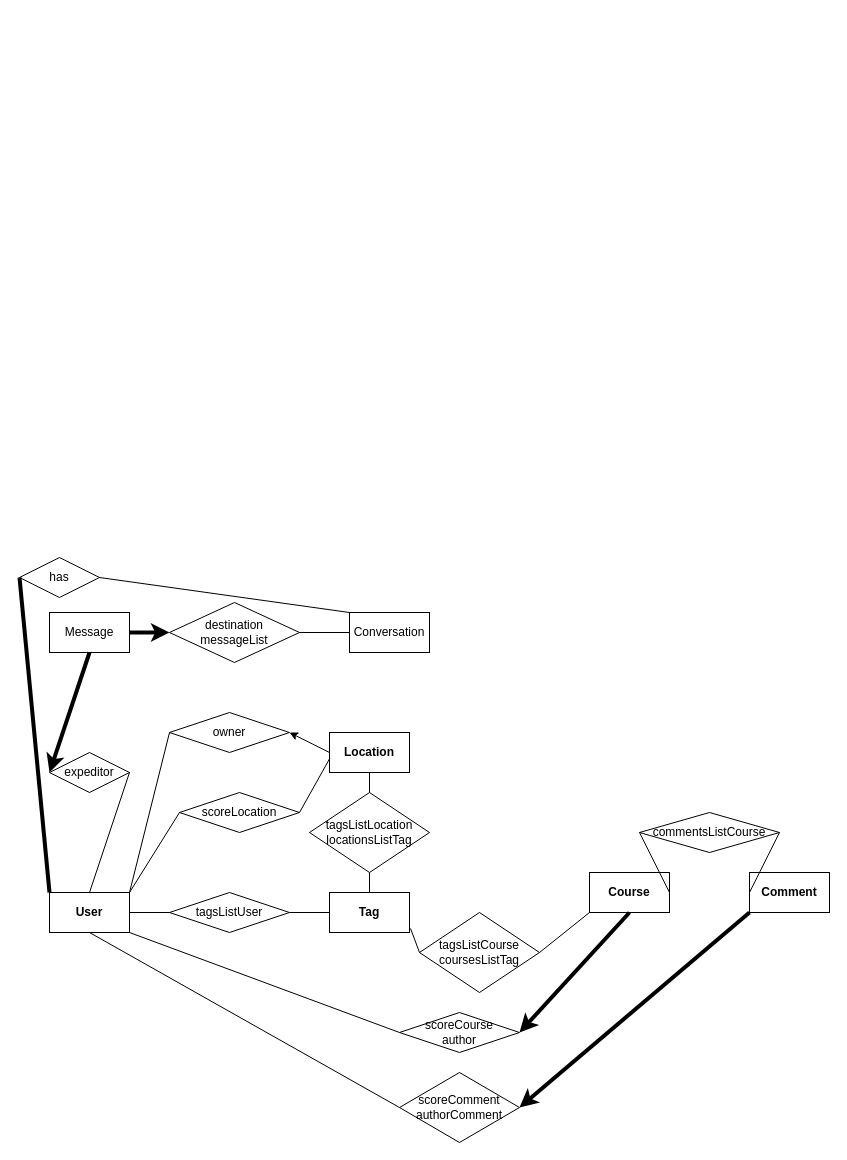
To-kano/Strollin keeps this draw.io diagram as Strollin_server/Strollin diagram.drawio. Above is the earlier version. Source tidied: cells renumbered, new cells numbered last; positions are measured from the earlier drawing's top-left corner, leaving out a move shared by most shapes. Both pictures are drawn from the tidied source at 100%, with x=0, y=0 at pixel (19, 557).
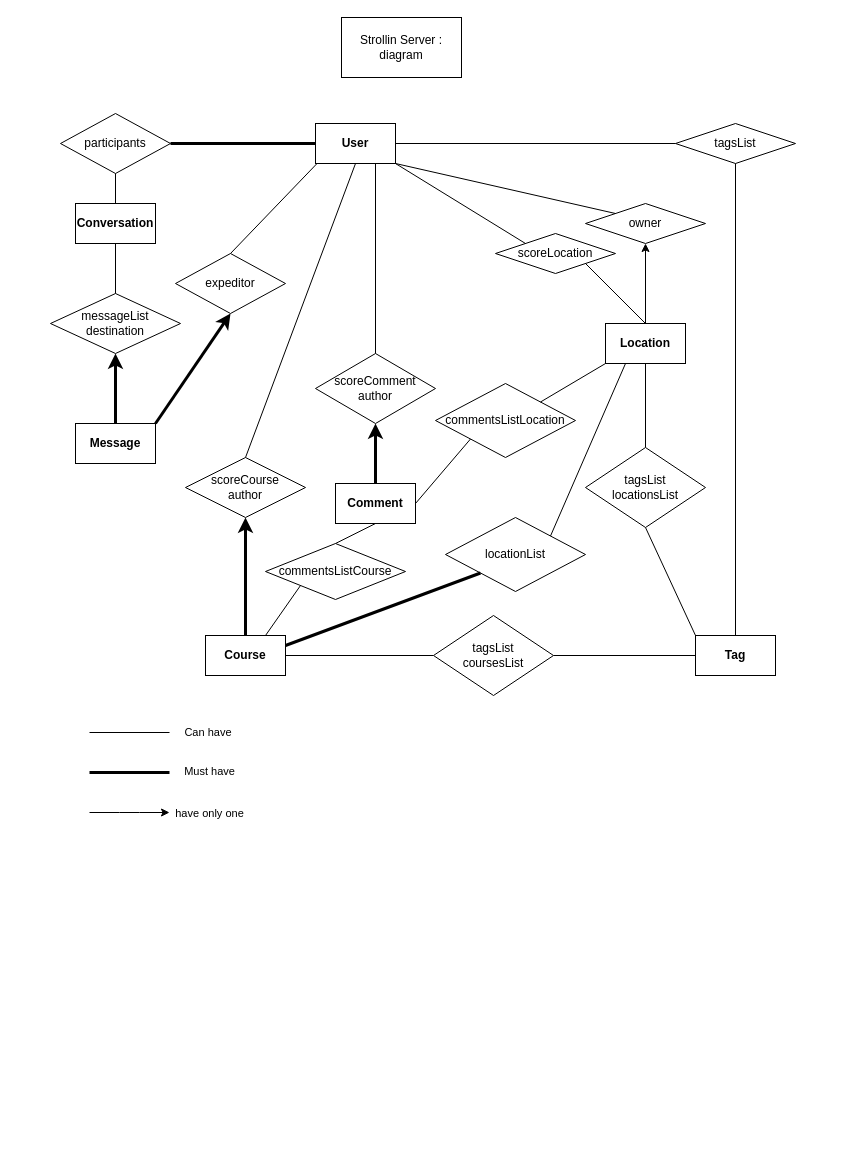
Above is the later version.

The edit, as a diff of the source:
```diff
@@
-    <mxCell id="2" value="Conversation" style="rounded=0;whiteSpace=wrap;html=1;" parent="1" vertex="1">
-      <mxGeometry x="330" y="55" width="80" height="40" as="geometry" />
+    <mxCell id="2" value="Conversation" style="rounded=0;whiteSpace=wrap;html=1;fontStyle=1;" parent="1" vertex="1">
+      <mxGeometry x="56" y="-354" width="80" height="40" as="geometry" />
     </mxCell>
     <mxCell id="3" value="Course" style="rounded=0;whiteSpace=wrap;html=1;fontStyle=1;" parent="1" vertex="1">
-      <mxGeometry x="570" y="315" width="80" height="40" as="geometry" />
+      <mxGeometry x="186" y="78" width="80" height="40" as="geometry" />
     </mxCell>
     <mxCell id="4" value="Comment" style="rounded=0;whiteSpace=wrap;html=1;fontStyle=1;" parent="1" vertex="1">
-      <mxGeometry x="730" y="315" width="80" height="40" as="geometry" />
+      <mxGeometry x="316" y="-74" width="80" height="40" as="geometry" />
     </mxCell>
     <mxCell id="5" value="Tag" style="rounded=0;whiteSpace=wrap;html=1;fontStyle=1;" parent="1" vertex="1">
-      <mxGeometry x="310" y="335" width="80" height="40" as="geometry" />
+      <mxGeometry x="676" y="78" width="80" height="40" as="geometry" />
     </mxCell>
-    <mxCell id="6" value="tagsListUser" style="rhombus;whiteSpace=wrap;html=1;" parent="1" vertex="1">
-      <mxGeometry x="150" y="335" width="120" height="40" as="geometry" />
+    <mxCell id="6" value="tagsList" style="rhombus;whiteSpace=wrap;html=1;" parent="1" vertex="1">
+      <mxGeometry x="656" y="-434" width="120" height="40" as="geometry" />
     </mxCell>
-    <mxCell id="7" style="endArrow=none;html=1;exitX=1;exitY=0.5;exitDx=0;exitDy=0;entryX=0;entryY=0.5;entryDx=0;entryDy=0;" parent="1" edge="1" source="6" target="5">
+    <mxCell id="7" style="endArrow=none;html=1;exitX=0.5;exitY=1;exitDx=0;exitDy=0;entryX=0.5;entryY=0;entryDx=0;entryDy=0;" parent="1" edge="1" source="6" target="5">
       <mxGeometry relative="1" as="geometry" />
     </mxCell>
@@
-    <mxCell id="9" value="Message" style="rounded=0;whiteSpace=wrap;html=1;" parent="1" vertex="1">
-      <mxGeometry x="30" y="55" width="80" height="40" as="geometry" />
+    <mxCell id="9" value="Message" style="rounded=0;whiteSpace=wrap;html=1;fontStyle=1;" parent="1" vertex="1">
+      <mxGeometry x="56" y="-134" width="80" height="40" as="geometry" />
     </mxCell>
     <mxCell id="10" value="scoreCourse&lt;br&gt;author" style="rhombus;whiteSpace=wrap;html=1;" parent="1" vertex="1">
-      <mxGeometry x="380" y="455" width="120" height="40" as="geometry" />
+      <mxGeometry x="166" y="-100" width="120" height="60" as="geometry" />
     </mxCell>
-    <mxCell id="11" style="endArrow=none;html=1;exitX=1;exitY=1;exitDx=0;exitDy=0;entryX=0;entryY=0.5;entryDx=0;entryDy=0;" parent="1" edge="1" source="28" target="10">
+    <mxCell id="11" style="endArrow=none;html=1;exitX=0.5;exitY=1;exitDx=0;exitDy=0;entryX=0.5;entryY=0;entryDx=0;entryDy=0;" parent="1" edge="1" source="28" target="10">
       <mxGeometry relative="1" as="geometry" />
     </mxCell>
-    <mxCell id="12" value="scoreComment&lt;br&gt;authorComment" style="rhombus;whiteSpace=wrap;html=1;" parent="1" vertex="1">
-      <mxGeometry x="380" y="515" width="120" height="70" as="geometry" />
+    <mxCell id="12" value="scoreComment&lt;br&gt;author" style="rhombus;whiteSpace=wrap;html=1;" parent="1" vertex="1">
+      <mxGeometry x="296" y="-204" width="120" height="70" as="geometry" />
     </mxCell>
-    <mxCell id="13" style="endArrow=none;html=1;exitX=0.5;exitY=1;exitDx=0;exitDy=0;entryX=0;entryY=0.5;entryDx=0;entryDy=0;" parent="1" edge="1" source="28" target="12">
+    <mxCell id="13" style="endArrow=none;html=1;exitX=0.75;exitY=1;exitDx=0;exitDy=0;entryX=0.5;entryY=0;entryDx=0;entryDy=0;" parent="1" edge="1" source="28" target="12">
       <mxGeometry relative="1" as="geometry" />
     </mxCell>
     <mxCell id="14" value="expeditor" style="rhombus;whiteSpace=wrap;html=1;" parent="1" vertex="1">
-      <mxGeometry x="30" y="195" width="80" height="40" as="geometry" />
+      <mxGeometry x="156" y="-304" width="110" height="60" as="geometry" />
     </mxCell>
-    <mxCell id="15" style="endArrow=none;html=1;exitX=1;exitY=0.5;exitDx=0;exitDy=0;entryX=0.5;entryY=0;entryDx=0;entryDy=0;" parent="1" edge="1" source="14" target="28">
+    <mxCell id="15" style="endArrow=none;html=1;exitX=0.5;exitY=0;exitDx=0;exitDy=0;entryX=0.5;entryY=0;entryDx=0;entryDy=0;" parent="1" edge="1" source="14" target="28">
       <mxGeometry relative="1" as="geometry" />
     </mxCell>
-    <mxCell id="16" style="endArrow=classic;html=1;exitX=0.5;exitY=1;exitDx=0;exitDy=0;entryX=0;entryY=0.5;entryDx=0;entryDy=0;endFill=1;fillColor=#000000;strokeWidth=4;" parent="1" edge="1" source="9" target="14">
+    <mxCell id="16" style="endArrow=classic;html=1;exitX=1;exitY=0;exitDx=0;exitDy=0;entryX=0.5;entryY=1;entryDx=0;entryDy=0;endFill=1;fillColor=#000000;strokeWidth=3;" parent="1" edge="1" source="9" target="14">
       <mxGeometry relative="1" as="geometry" />
     </mxCell>
-    <mxCell id="17" value="destination&lt;br&gt;messageList" style="rhombus;whiteSpace=wrap;html=1;" parent="1" vertex="1">
-      <mxGeometry x="150" y="45" width="130" height="60" as="geometry" />
+    <mxCell id="17" value="messageList&lt;br&gt;destination" style="rhombus;whiteSpace=wrap;html=1;" parent="1" vertex="1">
+      <mxGeometry x="31" y="-264" width="130" height="60" as="geometry" />
     </mxCell>
-    <mxCell id="18" style="endArrow=none;html=1;exitX=1;exitY=0.5;exitDx=0;exitDy=0;entryX=0;entryY=0.5;entryDx=0;entryDy=0;" parent="1" edge="1" source="17" target="2">
+    <mxCell id="18" style="endArrow=none;html=1;exitX=0.5;exitY=0;exitDx=0;exitDy=0;entryX=0.5;entryY=1;entryDx=0;entryDy=0;" parent="1" edge="1" source="17" target="2">
       <mxGeometry relative="1" as="geometry" />
     </mxCell>
-    <mxCell id="19" style="endArrow=classic;html=1;exitX=1;exitY=0.5;exitDx=0;exitDy=0;entryX=0;entryY=0.5;entryDx=0;entryDy=0;endFill=1;fillColor=#000000;strokeWidth=4;" parent="1" edge="1" source="9" target="17">
+    <mxCell id="19" style="endArrow=classic;html=1;exitX=0.5;exitY=0;exitDx=0;exitDy=0;entryX=0.5;entryY=1;entryDx=0;entryDy=0;endFill=1;fillColor=#000000;strokeWidth=3;" parent="1" edge="1" source="9" target="17">
       <mxGeometry relative="1" as="geometry" />
     </mxCell>
-    <mxCell id="20" value="has" style="rhombus;whiteSpace=wrap;html=1;" parent="1" vertex="1">
-      <mxGeometry width="80" height="40" as="geometry" />
+    <mxCell id="20" value="participants" style="rhombus;whiteSpace=wrap;html=1;" parent="1" vertex="1">
+      <mxGeometry x="41" y="-444" width="110" height="60" as="geometry" />
     </mxCell>
-    <mxCell id="21" style="endArrow=none;html=1;exitX=1;exitY=0.5;exitDx=0;exitDy=0;entryX=0;entryY=0;entryDx=0;entryDy=0;" parent="1" edge="1" source="20" target="2">
+    <mxCell id="21" style="endArrow=none;html=1;exitX=0.5;exitY=1;exitDx=0;exitDy=0;entryX=0.5;entryY=0;entryDx=0;entryDy=0;" parent="1" edge="1" source="20" target="2">
       <mxGeometry relative="1" as="geometry" />
     </mxCell>
-    <mxCell id="22" style="endArrow=none;html=1;exitX=0;exitY=0;exitDx=0;exitDy=0;entryX=0;entryY=0.5;entryDx=0;entryDy=0;strokeWidth=4;" parent="1" edge="1" source="28" target="20">
+    <mxCell id="22" style="endArrow=none;html=1;exitX=0;exitY=0.5;exitDx=0;exitDy=0;strokeWidth=3;entryX=1;entryY=0.5;entryDx=0;entryDy=0;" parent="1" edge="1" source="28" target="20">
       <mxGeometry relative="1" as="geometry" />
     </mxCell>
-    <mxCell id="23" style="endArrow=classic;html=1;exitX=0.5;exitY=1;exitDx=0;exitDy=0;entryX=1;entryY=0.5;entryDx=0;entryDy=0;endFill=1;strokeWidth=4;" parent="1" edge="1" source="3" target="10">
+    <mxCell id="23" style="endArrow=classic;html=1;exitX=0.5;exitY=0;exitDx=0;exitDy=0;entryX=0.5;entryY=1;entryDx=0;entryDy=0;endFill=1;strokeWidth=3;" parent="1" edge="1" source="3" target="10">
       <mxGeometry relative="1" as="geometry" />
     </mxCell>
     <mxCell id="24" value="commentsListCourse" style="rhombus;whiteSpace=wrap;html=1;" parent="1" vertex="1">
-      <mxGeometry x="620" y="255" width="140" height="40" as="geometry" />
+      <mxGeometry x="246" y="-14" width="140" height="56" as="geometry" />
     </mxCell>
-    <mxCell id="25" style="endArrow=none;html=1;exitX=1;exitY=0.5;exitDx=0;exitDy=0;entryX=0;entryY=0.5;entryDx=0;entryDy=0;" parent="1" edge="1" source="24" target="4">
+    <mxCell id="25" style="endArrow=none;html=1;exitX=0.5;exitY=0;exitDx=0;exitDy=0;entryX=0.5;entryY=1;entryDx=0;entryDy=0;" parent="1" edge="1" source="24" target="4">
       <mxGeometry relative="1" as="geometry" />
     </mxCell>
-    <mxCell id="26" style="endArrow=none;html=1;exitX=1;exitY=0.5;exitDx=0;exitDy=0;entryX=0;entryY=0.5;entryDx=0;entryDy=0;" parent="1" edge="1" source="3" target="24">
+    <mxCell id="26" style="endArrow=none;html=1;exitX=0.75;exitY=0;exitDx=0;exitDy=0;entryX=0;entryY=1;entryDx=0;entryDy=0;" parent="1" edge="1" source="3" target="24">
       <mxGeometry relative="1" as="geometry" />
     </mxCell>
-    <mxCell id="27" style="endArrow=classic;html=1;exitX=0;exitY=1;exitDx=0;exitDy=0;entryX=1;entryY=0.5;entryDx=0;entryDy=0;endFill=1;strokeWidth=4;" parent="1" edge="1" source="4" target="12">
+    <mxCell id="27" style="endArrow=classic;html=1;exitX=0.5;exitY=0;exitDx=0;exitDy=0;entryX=0.5;entryY=1;entryDx=0;entryDy=0;endFill=1;strokeWidth=3;" parent="1" edge="1" source="4" target="12">
       <mxGeometry relative="1" as="geometry" />
     </mxCell>
     <mxCell id="28" value="User" style="rounded=0;whiteSpace=wrap;html=1;fontStyle=1;" parent="1" vertex="1">
-      <mxGeometry x="30" y="335" width="80" height="40" as="geometry" />
+      <mxGeometry x="296" y="-434" width="80" height="40" as="geometry" />
     </mxCell>
     <mxCell id="29" value="Location" style="rounded=0;whiteSpace=wrap;html=1;fontStyle=1;" parent="1" vertex="1">
-      <mxGeometry x="310" y="175" width="80" height="40" as="geometry" />
+      <mxGeometry x="586" y="-234" width="80" height="40" as="geometry" />
     </mxCell>
     <mxCell id="30" value="owner" style="rhombus;whiteSpace=wrap;html=1;" parent="1" vertex="1">
-      <mxGeometry x="150" y="155" width="120" height="40" as="geometry" />
+      <mxGeometry x="566" y="-354" width="120" height="40" as="geometry" />
     </mxCell>
-    <mxCell id="31" style="endArrow=none;html=1;exitX=0;exitY=0.5;exitDx=0;exitDy=0;entryX=1;entryY=0;entryDx=0;entryDy=0;sketch=0;fontStyle=0;labelBorderColor=none;rounded=1;strokeWidth=1;" parent="1" edge="1" source="30" target="28">
+    <mxCell id="31" style="endArrow=none;html=1;exitX=0;exitY=0;exitDx=0;exitDy=0;entryX=1;entryY=1;entryDx=0;entryDy=0;sketch=0;fontStyle=0;labelBorderColor=none;rounded=1;strokeWidth=1;" parent="1" edge="1" source="30" target="28">
       <mxGeometry relative="1" as="geometry" />
     </mxCell>
-    <mxCell id="32" style="endArrow=classic;html=1;entryX=1;entryY=0.5;entryDx=0;entryDy=0;endFill=1;exitX=0;exitY=0.5;exitDx=0;exitDy=0;" parent="1" edge="1" source="29" target="30">
+    <mxCell id="32" style="endArrow=classic;html=1;entryX=0.5;entryY=1;entryDx=0;entryDy=0;endFill=1;exitX=0.5;exitY=0;exitDx=0;exitDy=0;" parent="1" edge="1" source="29" target="30">
       <mxGeometry relative="1" as="geometry" />
     </mxCell>
     <mxCell id="33" value="scoreLocation" style="rhombus;whiteSpace=wrap;html=1;" parent="1" vertex="1">
-      <mxGeometry x="160" y="235" width="120" height="40" as="geometry" />
+      <mxGeometry x="476" y="-324" width="120" height="40" as="geometry" />
     </mxCell>
-    <mxCell id="34" style="endArrow=none;html=1;exitX=0;exitY=0.5;exitDx=0;exitDy=0;entryX=1;entryY=0;entryDx=0;entryDy=0;" parent="1" edge="1" source="33" target="28">
+    <mxCell id="34" style="endArrow=none;html=1;exitX=0;exitY=0;exitDx=0;exitDy=0;entryX=1;entryY=1;entryDx=0;entryDy=0;" parent="1" edge="1" source="33" target="28">
       <mxGeometry relative="1" as="geometry" />
     </mxCell>
-    <mxCell id="35" style="endArrow=none;html=1;exitX=0.005;exitY=0.641;exitDx=0;exitDy=0;exitPerimeter=0;entryX=1;entryY=0.5;entryDx=0;entryDy=0;" parent="1" edge="1" source="29" target="33">
+    <mxCell id="35" style="endArrow=none;html=1;exitX=0.5;exitY=0;exitDx=0;exitDy=0;entryX=1;entryY=1;entryDx=0;entryDy=0;" parent="1" edge="1" source="29" target="33">
       <mxGeometry relative="1" as="geometry" />
     </mxCell>
-    <mxCell id="36" value="tagsListLocation&lt;br&gt;locationsListTag" style="rhombus;whiteSpace=wrap;html=1;" parent="1" vertex="1">
-      <mxGeometry x="290" y="235" width="120" height="80" as="geometry" />
+    <mxCell id="36" value="tagsList&lt;br&gt;locationsList" style="rhombus;whiteSpace=wrap;html=1;" parent="1" vertex="1">
+      <mxGeometry x="566" y="-110" width="120" height="80" as="geometry" />
     </mxCell>
-    <mxCell id="37" style="endArrow=none;html=1;exitX=0.5;exitY=1;exitDx=0;exitDy=0;entryX=0.5;entryY=0;entryDx=0;entryDy=0;" parent="1" edge="1" source="36" target="5">
+    <mxCell id="37" style="endArrow=none;html=1;exitX=0.5;exitY=1;exitDx=0;exitDy=0;entryX=0;entryY=0;entryDx=0;entryDy=0;" parent="1" edge="1" source="36" target="5">
       <mxGeometry relative="1" as="geometry" />
     </mxCell>
@@
-    <mxCell id="39" style="endArrow=none;html=1;exitX=1;exitY=0.5;exitDx=0;exitDy=0;entryX=0;entryY=1;entryDx=0;entryDy=0;" parent="1" edge="1" source="41" target="3">
+    <mxCell id="39" style="endArrow=none;html=1;exitX=0;exitY=0.5;exitDx=0;exitDy=0;entryX=1;entryY=0.5;entryDx=0;entryDy=0;" parent="1" edge="1" source="41" target="3">
       <mxGeometry relative="1" as="geometry" />
     </mxCell>
-    <mxCell id="40" style="endArrow=none;html=1;exitX=1.013;exitY=0.899;exitDx=0;exitDy=0;entryX=0;entryY=0.5;entryDx=0;entryDy=0;exitPerimeter=0;" parent="1" edge="1" source="5" target="41">
+    <mxCell id="40" style="endArrow=none;html=1;exitX=0;exitY=0.5;exitDx=0;exitDy=0;entryX=1;entryY=0.5;entryDx=0;entryDy=0;" parent="1" edge="1" source="5" target="41">
       <mxGeometry relative="1" as="geometry" />
     </mxCell>
-    <mxCell id="41" value="tagsListCourse&lt;br&gt;coursesListTag" style="rhombus;whiteSpace=wrap;html=1;" parent="1" vertex="1">
-      <mxGeometry x="400" y="355" width="120" height="80" as="geometry" />
+    <mxCell id="41" value="tagsList&lt;br&gt;coursesList" style="rhombus;whiteSpace=wrap;html=1;" parent="1" vertex="1">
+      <mxGeometry x="414" y="58" width="120" height="80" as="geometry" />
     </mxCell>
+    <mxCell id="42" value="commentsListLocation" style="rhombus;whiteSpace=wrap;html=1;" parent="1" vertex="1">
+      <mxGeometry x="416" y="-174" width="140" height="74" as="geometry" />
+    </mxCell>
+    <mxCell id="43" style="endArrow=none;html=1;entryX=0;entryY=1;entryDx=0;entryDy=0;exitX=1;exitY=0;exitDx=0;exitDy=0;" parent="1" edge="1" source="42" target="29">
+      <mxGeometry relative="1" as="geometry" />
+    </mxCell>
+    <mxCell id="44" style="endArrow=none;html=1;entryX=0;entryY=1;entryDx=0;entryDy=0;exitX=1;exitY=0.5;exitDx=0;exitDy=0;" parent="1" edge="1" source="4" target="42">
+      <mxGeometry relative="1" as="geometry" />
+    </mxCell>
+    <mxCell id="45" value="locationList" style="rhombus;whiteSpace=wrap;html=1;" parent="1" vertex="1">
+      <mxGeometry x="426" y="-40" width="140" height="74" as="geometry" />
+    </mxCell>
+    <mxCell id="46" style="endArrow=none;html=1;entryX=0;entryY=1;entryDx=0;entryDy=0;exitX=1;exitY=0.25;exitDx=0;exitDy=0;jumpSize=6;strokeWidth=3;" parent="1" edge="1" source="3" target="45">
+      <mxGeometry relative="1" as="geometry" />
+    </mxCell>
+    <mxCell id="47" style="endArrow=none;html=1;strokeWidth=1;entryX=0.25;entryY=1;entryDx=0;entryDy=0;exitX=1;exitY=0;exitDx=0;exitDy=0;" parent="1" edge="1" source="45" target="29">
+      <mxGeometry relative="1" as="geometry" />
+    </mxCell>
+    <mxCell id="48" style="endArrow=none;html=1;strokeWidth=3;" parent="1" edge="1">
+      <mxGeometry relative="1" as="geometry">
+        <mxPoint x="70" y="215" as="sourcePoint" />
+        <mxPoint x="150" y="215" as="targetPoint" />
+      </mxGeometry>
+    </mxCell>
+    <mxCell id="49" value="Must have" style="edgeLabel;html=1;align=center;verticalAlign=middle;" parent="48" vertex="1">
+      <mxGeometry x="0.56" y="2" relative="1" as="geometry">
+        <mxPoint x="57.2" as="offset" />
+      </mxGeometry>
+    </mxCell>
+    <mxCell id="50" style="endArrow=none;html=1;strokeWidth=1;" parent="1" edge="1">
+      <mxGeometry relative="1" as="geometry">
+        <mxPoint x="70" y="175" as="sourcePoint" />
+        <mxPoint x="150" y="175" as="targetPoint" />
+      </mxGeometry>
+    </mxCell>
+    <mxCell id="51" value="Can have&amp;nbsp;" style="edgeLabel;html=1;align=center;verticalAlign=middle;" parent="50" vertex="1">
+      <mxGeometry x="0.43" y="1" relative="1" as="geometry">
+        <mxPoint x="62.4" as="offset" />
+      </mxGeometry>
+    </mxCell>
+    <mxCell id="52" style="endArrow=classic;html=1;strokeWidth=1;endFill=1;" parent="1" edge="1">
+      <mxGeometry relative="1" as="geometry">
+        <mxPoint x="70" y="255" as="sourcePoint" />
+        <mxPoint x="150" y="255" as="targetPoint" />
+        <Array as="points">
+          <mxPoint x="110" y="255" />
+        </Array>
+      </mxGeometry>
+    </mxCell>
+    <mxCell id="53" value="have only one" style="edgeLabel;html=1;align=center;verticalAlign=middle;" parent="52" vertex="1">
+      <mxGeometry x="0.21" relative="1" as="geometry">
+        <mxPoint x="71.2" as="offset" />
+      </mxGeometry>
+    </mxCell>
+    <mxCell id="54" value="Strollin Server : diagram" style="whiteSpace=wrap;html=1;" parent="1" vertex="1">
+      <mxGeometry x="322" y="-540" width="120" height="60" as="geometry" />
+    </mxCell>
```
